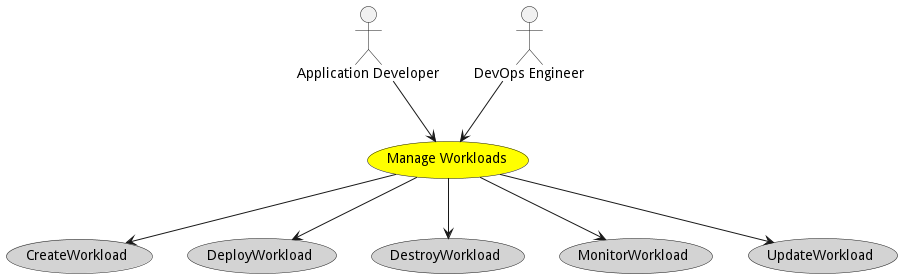
Above: docs/edgemere/aml/usecases/manageworkloads/Activities.png in madajaju/edgemere (PlantUML), before the change. Source of this version:
```plantuml
@startuml


usecase "Manage Workloads" as ManageWorkloads #yellow

Actor "Application Developer" as ApplicationDeveloper

ApplicationDeveloper --> ManageWorkloads

Actor "DevOps Engineer" as DevOpsEngineer

DevOpsEngineer --> ManageWorkloads



usecase "CreateWorkload" as CreateWorkload #lightgrey

ManageWorkloads --> CreateWorkload

usecase "DeployWorkload" as DeployWorkload #lightgrey

ManageWorkloads --> DeployWorkload

usecase "DestroyWorkload" as DestroyWorkload #lightgrey

ManageWorkloads --> DestroyWorkload

usecase "MonitorWorkload" as MonitorWorkload #lightgrey

ManageWorkloads --> MonitorWorkload

usecase "UpdateWorkload" as UpdateWorkload #lightgrey

ManageWorkloads --> UpdateWorkload









@enduml
```
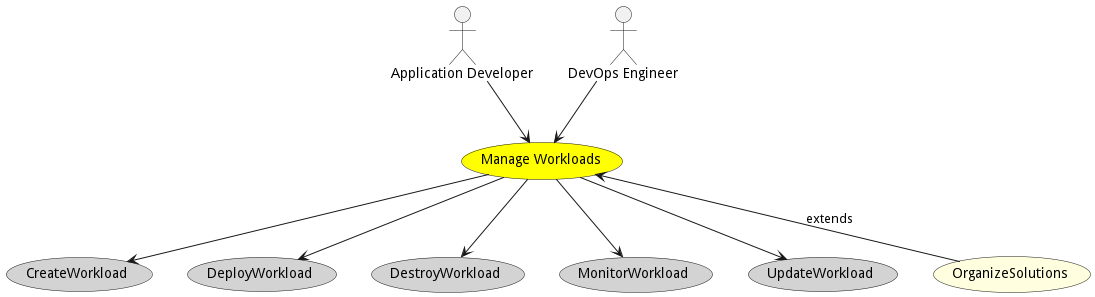
After the change.

The edit, as a diff of the source:
```diff
@@ -35,6 +35,10 @@
 
 
 
+usecase "OrganizeSolutions" as OrganizeSolutions #lightyellow
+
+ManageWorkloads <-- OrganizeSolutions : extends
+
 
 
 
```
